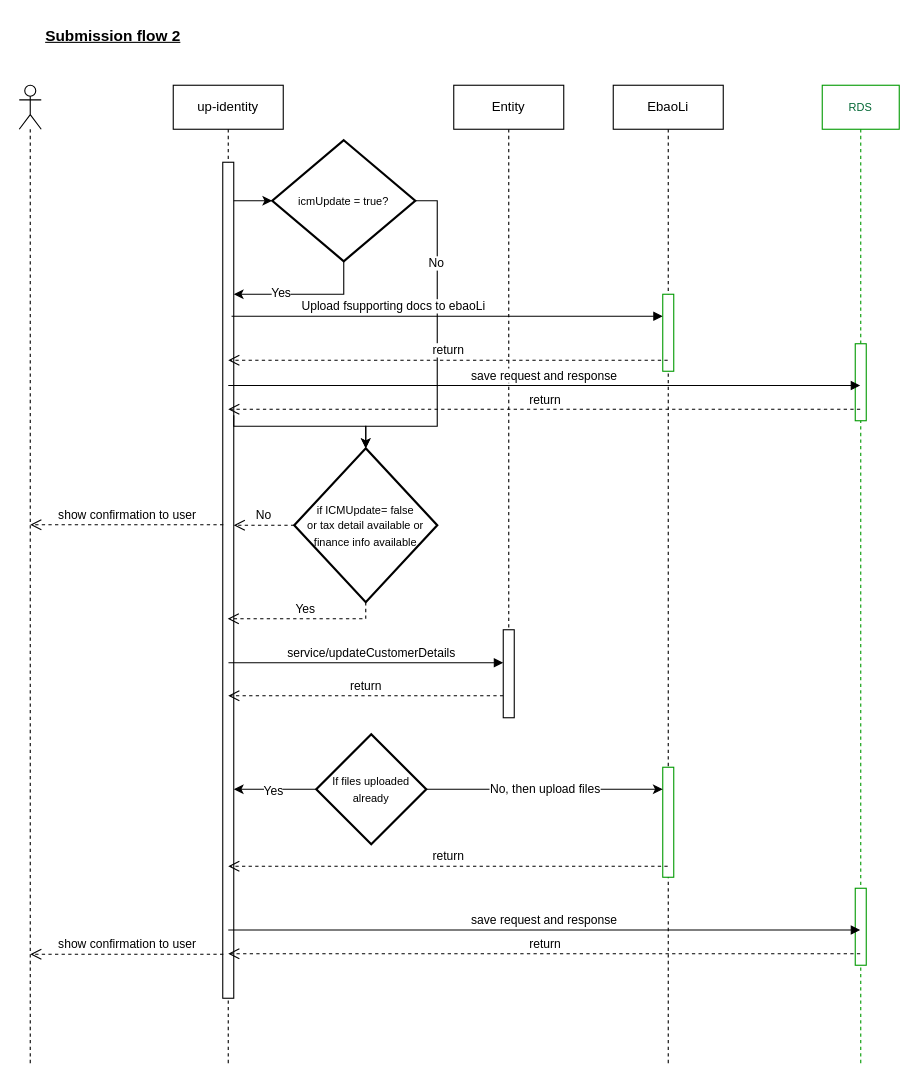
ajeeshraj56/drawio keeps this draw.io diagram as page "Submission flow 2" (3 of 3) of MyProfile.drawio. Above is the earlier version. Source tidied: cells renumbered, new cells numbered last; positions are measured from the earlier drawing's top-left corner, leaving out a move shared by most shapes. Both pictures are drawn from the tidied source at 110%, with x=0, y=0 at pixel (19, 19).
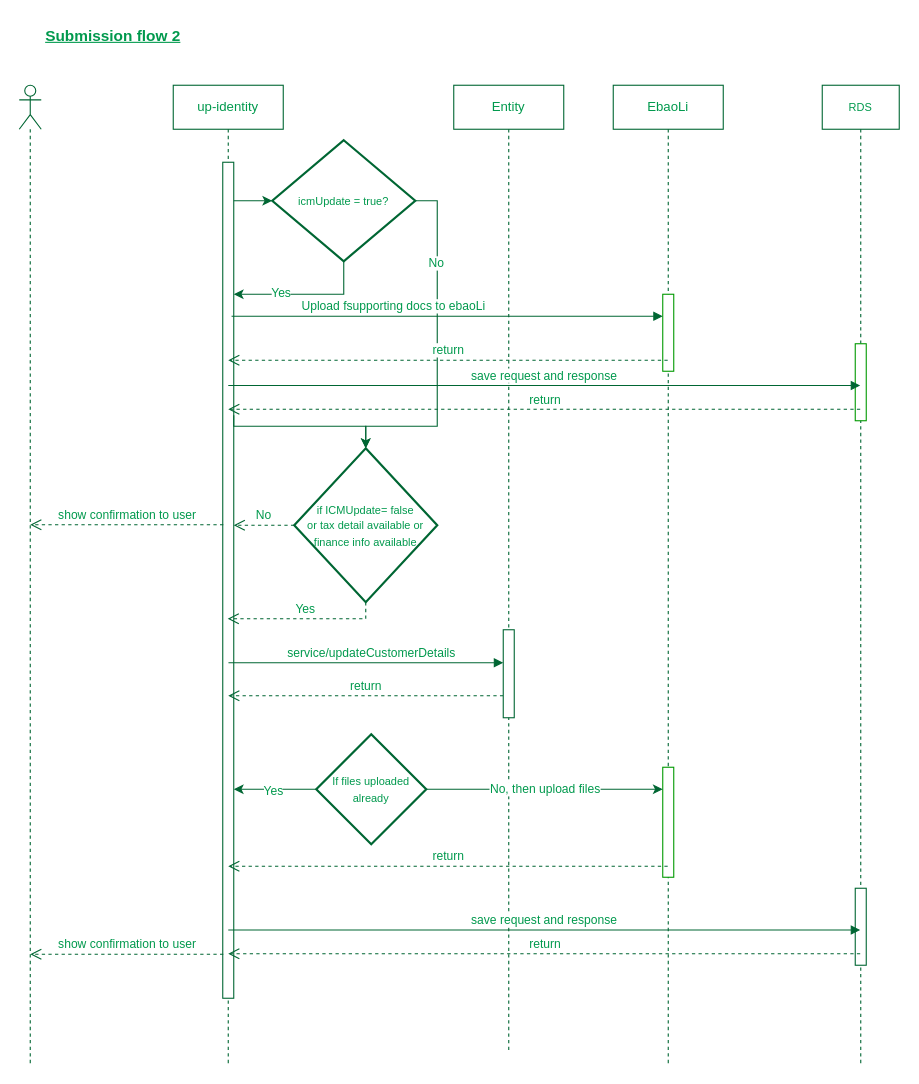
The same diagram, later.

What changed in the source:
```diff
@@
-    <mxCell id="2" style="shape=umlLifeline;perimeter=lifelinePerimeter;whiteSpace=wrap;html=1;newEdgeStyle={&quot;curved&quot;:0,&quot;rounded&quot;:0};participant=umlActor;" parent="1" vertex="1">
+    <mxCell id="2" style="shape=umlLifeline;perimeter=lifelinePerimeter;whiteSpace=wrap;html=1;newEdgeStyle={&quot;curved&quot;:0,&quot;rounded&quot;:0};participant=umlActor;strokeColor=#006633;fontColor=#00994D;" parent="1" vertex="1">
       <mxGeometry y="60" width="20" height="890" as="geometry" />
     </mxCell>
-    <mxCell id="3" value="up-identity" style="shape=umlLifeline;perimeter=lifelinePerimeter;whiteSpace=wrap;html=1;newEdgeStyle={&quot;curved&quot;:0,&quot;rounded&quot;:0};" parent="1" vertex="1">
+    <mxCell id="3" value="up-identity" style="shape=umlLifeline;perimeter=lifelinePerimeter;whiteSpace=wrap;html=1;newEdgeStyle={&quot;curved&quot;:0,&quot;rounded&quot;:0};strokeColor=#006633;fontColor=#00994D;" parent="1" vertex="1">
       <mxGeometry x="140" y="60" width="100" height="890" as="geometry" />
     </mxCell>
-    <mxCell id="4" style="html=1;points=[[0,0,0,0,5],[0,1,0,0,-5],[1,0,0,0,5],[1,1,0,0,-5]];perimeter=orthogonalPerimeter;outlineConnect=0;targetShapes=umlLifeline;portConstraint=eastwest;newEdgeStyle={&quot;curved&quot;:0,&quot;rounded&quot;:0};" parent="3" vertex="1">
+    <mxCell id="4" style="html=1;points=[[0,0,0,0,5],[0,1,0,0,-5],[1,0,0,0,5],[1,1,0,0,-5]];perimeter=orthogonalPerimeter;outlineConnect=0;targetShapes=umlLifeline;portConstraint=eastwest;newEdgeStyle={&quot;curved&quot;:0,&quot;rounded&quot;:0};fontColor=#00994D;strokeColor=#006633;" parent="3" vertex="1">
       <mxGeometry x="45" y="70" width="10" height="760" as="geometry" />
     </mxCell>
-    <mxCell id="5" value="&lt;b&gt;&lt;u&gt;&lt;font style=&quot;font-size: 14px;&quot;&gt;Submission flow 2&lt;/font&gt;&lt;/u&gt;&lt;/b&gt;" style="text;html=1;align=center;verticalAlign=middle;strokeColor=none;fillColor=none;" parent="1" vertex="1">
+    <mxCell id="5" value="&lt;b&gt;&lt;u&gt;&lt;font style=&quot;font-size: 14px;&quot;&gt;Submission flow 2&lt;/font&gt;&lt;/u&gt;&lt;/b&gt;" style="text;html=1;align=center;verticalAlign=middle;strokeColor=none;fillColor=none;fontColor=#00994D;" parent="1" vertex="1">
       <mxGeometry x="10" width="150" height="30" as="geometry" />
     </mxCell>
-    <mxCell id="6" value="Entity" style="shape=umlLifeline;perimeter=lifelinePerimeter;whiteSpace=wrap;html=1;newEdgeStyle={&quot;curved&quot;:0,&quot;rounded&quot;:0};" parent="1" vertex="1">
-      <mxGeometry x="395" y="60" width="100" height="540" as="geometry" />
+    <mxCell id="6" value="Entity" style="shape=umlLifeline;perimeter=lifelinePerimeter;whiteSpace=wrap;html=1;newEdgeStyle={&quot;curved&quot;:0,&quot;rounded&quot;:0};strokeColor=#006633;fontColor=#00994D;" parent="1" vertex="1">
+      <mxGeometry x="395" y="60" width="100" height="880" as="geometry" />
     </mxCell>
-    <mxCell id="7" value="&lt;font style=&quot;font-size: 10px;&quot;&gt;if ICMUpdate= false&lt;br&gt;or tax detail available or&lt;br&gt;&amp;nbsp;finance info available&amp;nbsp;&lt;br&gt;&lt;/font&gt;" style="strokeWidth=2;html=1;shape=mxgraph.flowchart.decision;whiteSpace=wrap;" parent="1" vertex="1">
+    <mxCell id="7" value="&lt;font style=&quot;font-size: 10px;&quot;&gt;if ICMUpdate= false&lt;br&gt;or tax detail available or&lt;br&gt;&amp;nbsp;finance info available&amp;nbsp;&lt;br&gt;&lt;/font&gt;" style="strokeWidth=2;html=1;shape=mxgraph.flowchart.decision;whiteSpace=wrap;strokeColor=#006633;fontColor=#00994D;" parent="1" vertex="1">
       <mxGeometry x="250" y="390" width="130" height="140" as="geometry" />
     </mxCell>
-    <mxCell id="8" value="No" style="html=1;verticalAlign=bottom;endArrow=open;dashed=1;endSize=8;curved=0;rounded=0;exitX=0;exitY=0.5;exitDx=0;exitDy=0;exitPerimeter=0;" parent="1" edge="1" source="7" target="4">
+    <mxCell id="8" value="No" style="html=1;verticalAlign=bottom;endArrow=open;dashed=1;endSize=8;curved=0;rounded=0;exitX=0;exitY=0.5;exitDx=0;exitDy=0;exitPerimeter=0;strokeColor=#006633;fontColor=#00994D;" parent="1" edge="1" source="7" target="4">
       <mxGeometry relative="1" as="geometry" />
     </mxCell>
-    <mxCell id="9" value="show confirmation to user" style="html=1;verticalAlign=bottom;endArrow=open;dashed=1;endSize=8;curved=0;rounded=0;" parent="1" edge="1">
+    <mxCell id="9" value="show confirmation to user" style="html=1;verticalAlign=bottom;endArrow=open;dashed=1;endSize=8;curved=0;rounded=0;strokeColor=#006633;fontColor=#00994D;" parent="1" edge="1">
       <mxGeometry relative="1" as="geometry">
         <mxPoint x="185.5" y="459.5" as="sourcePoint" />
         <mxPoint x="10" y="459.5" as="targetPoint" />
       </mxGeometry>
     </mxCell>
-    <mxCell id="10" style="edgeStyle=orthogonalEdgeStyle;rounded=0;orthogonalLoop=1;jettySize=auto;html=1;exitX=0.5;exitY=1;exitDx=0;exitDy=0;exitPerimeter=0;" parent="1" edge="1" source="7" target="7">
+    <mxCell id="10" style="edgeStyle=orthogonalEdgeStyle;rounded=0;orthogonalLoop=1;jettySize=auto;html=1;exitX=0.5;exitY=1;exitDx=0;exitDy=0;exitPerimeter=0;fontColor=#00994D;" parent="1" edge="1" source="7" target="7">
       <mxGeometry relative="1" as="geometry" />
     </mxCell>
-    <mxCell id="11" value="Yes" style="html=1;verticalAlign=bottom;endArrow=open;dashed=1;endSize=8;rounded=0;exitX=0.5;exitY=1;exitDx=0;exitDy=0;exitPerimeter=0;edgeStyle=orthogonalEdgeStyle;" parent="1" edge="1" source="7">
+    <mxCell id="11" value="Yes" style="html=1;verticalAlign=bottom;endArrow=open;dashed=1;endSize=8;rounded=0;exitX=0.5;exitY=1;exitDx=0;exitDy=0;exitPerimeter=0;edgeStyle=orthogonalEdgeStyle;strokeColor=#006633;fontColor=#00994D;" parent="1" edge="1" source="7">
       <mxGeometry relative="1" as="geometry">
         <mxPoint x="189.5" y="545" as="targetPoint" />
         <Array as="points">
           <mxPoint x="315" y="545" />
         </Array>
       </mxGeometry>
     </mxCell>
-    <mxCell id="12" value="service/updateCustomerDetails" style="html=1;verticalAlign=bottom;endArrow=block;curved=0;rounded=0;" parent="1" edge="1" source="15">
+    <mxCell id="12" value="service/updateCustomerDetails" style="html=1;verticalAlign=bottom;endArrow=block;curved=0;rounded=0;fontColor=#00994D;" parent="1" edge="1" source="15">
       <mxGeometry x="1" y="120" relative="1" as="geometry">
         <mxPoint x="439.8" y="585" as="targetPoint" />
         <mxPoint x="-120" y="-120" as="offset" />
       </mxGeometry>
     </mxCell>
-    <mxCell id="13" value="return" style="html=1;verticalAlign=bottom;endArrow=open;dashed=1;endSize=8;curved=0;rounded=0;" parent="1" edge="1" source="15">
+    <mxCell id="13" value="return" style="html=1;verticalAlign=bottom;endArrow=open;dashed=1;endSize=8;curved=0;rounded=0;strokeColor=#006633;fontColor=#00994D;" parent="1" edge="1" source="15">
       <mxGeometry relative="1" as="geometry">
         <mxPoint x="190" y="615" as="targetPoint" />
       </mxGeometry>
     </mxCell>
-    <mxCell id="14" style="html=1;verticalAlign=bottom;endArrow=block;curved=0;rounded=0;" parent="1" edge="1" target="15">
+    <mxCell id="14" style="html=1;verticalAlign=bottom;endArrow=block;curved=0;rounded=0;strokeColor=#006633;fontColor=#00994D;" parent="1" edge="1" target="15">
       <mxGeometry relative="1" as="geometry">
         <mxPoint x="190.2" y="585" as="sourcePoint" />
       </mxGeometry>
     </mxCell>
-    <mxCell id="15" style="html=1;points=[[0,0,0,0,5],[0,1,0,0,-5],[1,0,0,0,5],[1,1,0,0,-5]];perimeter=orthogonalPerimeter;outlineConnect=0;targetShapes=umlLifeline;portConstraint=eastwest;newEdgeStyle={&quot;curved&quot;:0,&quot;rounded&quot;:0};" parent="1" vertex="1">
+    <mxCell id="15" style="html=1;points=[[0,0,0,0,5],[0,1,0,0,-5],[1,0,0,0,5],[1,1,0,0,-5]];perimeter=orthogonalPerimeter;outlineConnect=0;targetShapes=umlLifeline;portConstraint=eastwest;newEdgeStyle={&quot;curved&quot;:0,&quot;rounded&quot;:0};strokeColor=#006633;fontColor=#00994D;" parent="1" vertex="1">
       <mxGeometry x="440" y="555" width="10" height="80" as="geometry" />
     </mxCell>
-    <mxCell id="16" value="&lt;font style=&quot;font-size: 10px;&quot;&gt;icmUpdate = true?&lt;br&gt;&lt;/font&gt;" style="strokeWidth=2;html=1;shape=mxgraph.flowchart.decision;whiteSpace=wrap;" parent="1" vertex="1">
+    <mxCell id="16" value="&lt;font style=&quot;font-size: 10px;&quot;&gt;icmUpdate = true?&lt;br&gt;&lt;/font&gt;" style="strokeWidth=2;html=1;shape=mxgraph.flowchart.decision;whiteSpace=wrap;strokeColor=#006633;fontColor=#00994D;" parent="1" vertex="1">
       <mxGeometry x="230" y="110" width="130" height="110" as="geometry" />
     </mxCell>
-    <mxCell id="17" style="rounded=0;jettySize=auto;html=1;entryX=0;entryY=0.5;entryDx=0;entryDy=0;entryPerimeter=0;" parent="1" edge="1" source="4" target="16">
+    <mxCell id="17" style="rounded=0;jettySize=auto;html=1;entryX=0;entryY=0.5;entryDx=0;entryDy=0;entryPerimeter=0;strokeColor=#006633;fontColor=#00994D;" parent="1" edge="1" source="4" target="16">
       <mxGeometry relative="1" as="geometry" />
     </mxCell>
-    <mxCell id="18" style="edgeStyle=orthogonalEdgeStyle;rounded=0;jettySize=auto;html=1;exitX=0.5;exitY=1;exitDx=0;exitDy=0;exitPerimeter=0;" parent="1" edge="1" source="16" target="4">
+    <mxCell id="18" style="edgeStyle=orthogonalEdgeStyle;rounded=0;jettySize=auto;html=1;exitX=0.5;exitY=1;exitDx=0;exitDy=0;exitPerimeter=0;strokeColor=#006633;fontColor=#00994D;" parent="1" edge="1" source="16" target="4">
       <mxGeometry relative="1" as="geometry">
         <Array as="points">
           <mxPoint x="295" y="250" />
         </Array>
       </mxGeometry>
     </mxCell>
-    <mxCell id="19" value="Yes" style="edgeLabel;html=1;align=center;verticalAlign=middle;" parent="18" vertex="1">
+    <mxCell id="19" value="Yes" style="edgeLabel;html=1;align=center;verticalAlign=middle;fontColor=#00994D;" parent="18" vertex="1">
       <mxGeometry x="0.36" y="-2" relative="1" as="geometry" />
     </mxCell>
-    <mxCell id="20" style="edgeStyle=orthogonalEdgeStyle;rounded=0;jettySize=auto;html=1;exitX=1;exitY=0.5;exitDx=0;exitDy=0;exitPerimeter=0;entryX=0.5;entryY=0;entryDx=0;entryDy=0;entryPerimeter=0;" parent="1" edge="1" source="16" target="7">
+    <mxCell id="20" style="edgeStyle=orthogonalEdgeStyle;rounded=0;jettySize=auto;html=1;exitX=1;exitY=0.5;exitDx=0;exitDy=0;exitPerimeter=0;entryX=0.5;entryY=0;entryDx=0;entryDy=0;entryPerimeter=0;strokeColor=#006633;fontColor=#00994D;" parent="1" edge="1" source="16" target="7">
       <mxGeometry relative="1" as="geometry">
         <Array as="points">
           <mxPoint x="380" y="165" />
           <mxPoint x="380" y="370" />
           <mxPoint x="315" y="370" />
         </Array>
       </mxGeometry>
     </mxCell>
-    <mxCell id="21" value="No" style="edgeLabel;html=1;align=center;verticalAlign=middle;" parent="20" vertex="1">
+    <mxCell id="21" value="No" style="edgeLabel;html=1;align=center;verticalAlign=middle;fontColor=#00994D;" parent="20" vertex="1">
       <mxGeometry x="-0.51" y="-2" relative="1" as="geometry" />
     </mxCell>
-    <mxCell id="22" style="edgeStyle=orthogonalEdgeStyle;rounded=0;jettySize=auto;html=1;curved=0;exitX=1;exitY=0;exitDx=0;exitDy=5;exitPerimeter=0;entryX=0.5;entryY=0;entryDx=0;entryDy=0;entryPerimeter=0;" parent="1" edge="1" target="7">
+    <mxCell id="22" style="edgeStyle=orthogonalEdgeStyle;rounded=0;jettySize=auto;html=1;curved=0;exitX=1;exitY=0;exitDx=0;exitDy=5;exitPerimeter=0;entryX=0.5;entryY=0;entryDx=0;entryDy=0;entryPerimeter=0;strokeColor=#006633;fontColor=#00994D;" parent="1" edge="1" target="7">
       <mxGeometry relative="1" as="geometry">
         <mxPoint x="195" y="360" as="sourcePoint" />
         <Array as="points">
           <mxPoint x="195" y="370" />
           <mxPoint x="315" y="370" />
         </Array>
       </mxGeometry>
     </mxCell>
-    <mxCell id="23" value="Upload fsupporting docs to ebaoLi" style="html=1;verticalAlign=bottom;endArrow=block;curved=0;rounded=0;" parent="1" edge="1">
+    <mxCell id="23" value="Upload fsupporting docs to ebaoLi" style="html=1;verticalAlign=bottom;endArrow=block;curved=0;rounded=0;strokeColor=#006633;fontColor=#00994D;" parent="1" edge="1">
       <mxGeometry x="-0.25" relative="1" as="geometry">
         <mxPoint x="193" y="270" as="sourcePoint" />
         <mxPoint x="585" y="270" as="targetPoint" />
       </mxGeometry>
     </mxCell>
-    <mxCell id="24" value="EbaoLi" style="shape=umlLifeline;perimeter=lifelinePerimeter;whiteSpace=wrap;html=1;outlineConnect=0;portConstraint=eastwest;newEdgeStyle={&quot;curved&quot;:0,&quot;rounded&quot;:0};" parent="1" vertex="1">
+    <mxCell id="24" value="EbaoLi" style="shape=umlLifeline;perimeter=lifelinePerimeter;whiteSpace=wrap;html=1;outlineConnect=0;portConstraint=eastwest;newEdgeStyle={&quot;curved&quot;:0,&quot;rounded&quot;:0};strokeColor=#006633;fontColor=#00994D;" parent="1" vertex="1">
       <mxGeometry x="540" y="60" width="100" height="890" as="geometry" />
     </mxCell>
-    <mxCell id="25" style="html=1;perimeter=orthogonalPerimeter;targetShapes=umlLifeline;newEdgeStyle={&quot;curved&quot;:0,&quot;rounded&quot;:0};fontSize=10;strokeColor=#009900;fontColor=#006633;labelBorderColor=none;" parent="24" vertex="1">
+    <mxCell id="25" style="html=1;perimeter=orthogonalPerimeter;targetShapes=umlLifeline;newEdgeStyle={&quot;curved&quot;:0,&quot;rounded&quot;:0};fontSize=10;strokeColor=#009900;fontColor=#00994D;labelBorderColor=none;" parent="24" vertex="1">
       <mxGeometry x="45" y="190" width="10" height="70" as="geometry" />
     </mxCell>
-    <mxCell id="26" style="html=1;points=[[0,0,0,0,5],[0,1,0,0,-5],[1,0,0,0,5],[1,1,0,0,-5]];perimeter=orthogonalPerimeter;outlineConnect=0;targetShapes=umlLifeline;portConstraint=eastwest;newEdgeStyle={&quot;curved&quot;:0,&quot;rounded&quot;:0};fontSize=10;strokeColor=#009900;fontColor=#006633;labelBorderColor=none;" parent="24" vertex="1">
+    <mxCell id="26" style="html=1;points=[[0,0,0,0,5],[0,1,0,0,-5],[1,0,0,0,5],[1,1,0,0,-5]];perimeter=orthogonalPerimeter;outlineConnect=0;targetShapes=umlLifeline;portConstraint=eastwest;newEdgeStyle={&quot;curved&quot;:0,&quot;rounded&quot;:0};fontSize=10;strokeColor=#009900;fontColor=#00994D;labelBorderColor=none;" parent="24" vertex="1">
       <mxGeometry x="45" y="620" width="10" height="100" as="geometry" />
     </mxCell>
-    <mxCell id="27" value="return" style="html=1;verticalAlign=bottom;endArrow=open;dashed=1;endSize=8;curved=0;rounded=0;" parent="1" edge="1" source="24">
+    <mxCell id="27" value="return" style="html=1;verticalAlign=bottom;endArrow=open;dashed=1;endSize=8;curved=0;rounded=0;strokeColor=#006633;fontColor=#00994D;" parent="1" edge="1" source="24">
       <mxGeometry relative="1" as="geometry">
         <mxPoint x="190" y="310" as="targetPoint" />
       </mxGeometry>
     </mxCell>
-    <mxCell id="28" value="RDS" style="shape=umlLifeline;perimeter=lifelinePerimeter;whiteSpace=wrap;html=1;newEdgeStyle={&quot;curved&quot;:0,&quot;rounded&quot;:0};fontSize=10;strokeColor=#009900;fontColor=#006633;labelBorderColor=none;" parent="1" vertex="1">
+    <mxCell id="28" value="RDS" style="shape=umlLifeline;perimeter=lifelinePerimeter;whiteSpace=wrap;html=1;newEdgeStyle={&quot;curved&quot;:0,&quot;rounded&quot;:0};fontSize=10;strokeColor=#006633;fontColor=#00994D;labelBorderColor=none;" parent="1" vertex="1">
       <mxGeometry x="730" y="60" width="70" height="890" as="geometry" />
     </mxCell>
-    <mxCell id="29" style="html=1;perimeter=orthogonalPerimeter;targetShapes=umlLifeline;newEdgeStyle={&quot;curved&quot;:0,&quot;rounded&quot;:0};fontSize=10;strokeColor=#009900;fontColor=#006633;labelBorderColor=none;" parent="28" vertex="1">
+    <mxCell id="29" style="html=1;perimeter=orthogonalPerimeter;targetShapes=umlLifeline;newEdgeStyle={&quot;curved&quot;:0,&quot;rounded&quot;:0};fontSize=10;strokeColor=#009900;fontColor=#00994D;labelBorderColor=none;" parent="28" vertex="1">
       <mxGeometry x="30" y="235" width="10" height="70" as="geometry" />
     </mxCell>
-    <mxCell id="30" value="save request and response" style="html=1;verticalAlign=bottom;endArrow=block;curved=0;rounded=0;" parent="1" edge="1">
+    <mxCell id="30" value="save request and response" style="html=1;verticalAlign=bottom;endArrow=block;curved=0;rounded=0;strokeColor=#006633;fontColor=#00994D;" parent="1" edge="1">
       <mxGeometry relative="1" as="geometry">
         <mxPoint x="190" y="333" as="sourcePoint" />
         <mxPoint x="764.5" y="333" as="targetPoint" />
       </mxGeometry>
     </mxCell>
-    <mxCell id="31" value="return" style="html=1;verticalAlign=bottom;endArrow=open;dashed=1;endSize=8;curved=0;rounded=0;" parent="1" edge="1">
+    <mxCell id="31" value="return" style="html=1;verticalAlign=bottom;endArrow=open;dashed=1;endSize=8;curved=0;rounded=0;strokeColor=#006633;fontColor=#00994D;" parent="1" edge="1">
       <mxGeometry relative="1" as="geometry">
         <mxPoint x="764.5" y="354.5" as="sourcePoint" />
         <mxPoint x="190" y="354.5" as="targetPoint" />
       </mxGeometry>
     </mxCell>
-    <mxCell id="32" style="edgeStyle=orthogonalEdgeStyle;rounded=0;jettySize=auto;html=1;exitX=0;exitY=0.5;exitDx=0;exitDy=0;exitPerimeter=0;" parent="1" edge="1" source="35" target="4">
+    <mxCell id="32" style="edgeStyle=orthogonalEdgeStyle;rounded=0;jettySize=auto;html=1;exitX=0;exitY=0.5;exitDx=0;exitDy=0;exitPerimeter=0;strokeColor=#006633;fontColor=#00994D;" parent="1" edge="1" source="35" target="4">
       <mxGeometry relative="1" as="geometry">
         <Array as="points">
           <mxPoint x="220" y="700" />
           <mxPoint x="220" y="700" />
         </Array>
       </mxGeometry>
     </mxCell>
-    <mxCell id="33" value="Yes" style="edgeLabel;html=1;align=center;verticalAlign=middle;" parent="32" vertex="1">
+    <mxCell id="33" value="Yes" style="edgeLabel;html=1;align=center;verticalAlign=middle;fontColor=#00994D;" parent="32" vertex="1">
       <mxGeometry x="0.07" y="1" relative="1" as="geometry" />
     </mxCell>
-    <mxCell id="34" value="No, then upload files" style="edgeStyle=orthogonalEdgeStyle;rounded=0;jettySize=auto;html=1;exitX=1;exitY=0.5;exitDx=0;exitDy=0;exitPerimeter=0;" parent="1" edge="1" source="35" target="26">
+    <mxCell id="34" value="No, then upload files" style="edgeStyle=orthogonalEdgeStyle;rounded=0;jettySize=auto;html=1;exitX=1;exitY=0.5;exitDx=0;exitDy=0;exitPerimeter=0;strokeColor=#006633;fontColor=#00994D;" parent="1" edge="1" source="35" target="26">
       <mxGeometry relative="1" as="geometry">
         <Array as="points">
           <mxPoint x="540" y="700" />
           <mxPoint x="540" y="700" />
         </Array>
       </mxGeometry>
     </mxCell>
-    <mxCell id="35" value="&lt;font style=&quot;font-size: 10px;&quot;&gt;If files uploaded&lt;br&gt;already&lt;/font&gt;" style="strokeWidth=2;html=1;shape=mxgraph.flowchart.decision;whiteSpace=wrap;" parent="1" vertex="1">
+    <mxCell id="35" value="&lt;font style=&quot;font-size: 10px;&quot;&gt;If files uploaded&lt;br&gt;already&lt;/font&gt;" style="strokeWidth=2;html=1;shape=mxgraph.flowchart.decision;whiteSpace=wrap;strokeColor=#006633;fontColor=#00994D;" parent="1" vertex="1">
       <mxGeometry x="270" y="650" width="100" height="100" as="geometry" />
     </mxCell>
-    <mxCell id="36" value="show confirmation to user" style="html=1;verticalAlign=bottom;endArrow=open;dashed=1;endSize=8;curved=0;rounded=0;" parent="1" edge="1">
+    <mxCell id="36" value="show confirmation to user" style="html=1;verticalAlign=bottom;endArrow=open;dashed=1;endSize=8;curved=0;rounded=0;strokeColor=#006633;fontColor=#00994D;" parent="1" edge="1">
       <mxGeometry relative="1" as="geometry">
         <mxPoint x="185.5" y="850" as="sourcePoint" />
         <mxPoint x="10" y="850" as="targetPoint" />
       </mxGeometry>
     </mxCell>
-    <mxCell id="37" value="return" style="html=1;verticalAlign=bottom;endArrow=open;dashed=1;endSize=8;curved=0;rounded=0;" parent="1" edge="1" source="24">
+    <mxCell id="37" value="return" style="html=1;verticalAlign=bottom;endArrow=open;dashed=1;endSize=8;curved=0;rounded=0;strokeColor=#006633;fontColor=#00994D;" parent="1" edge="1" source="24">
       <mxGeometry relative="1" as="geometry">
         <mxPoint x="190" y="770" as="targetPoint" />
       </mxGeometry>
     </mxCell>
-    <mxCell id="38" style="html=1;perimeter=orthogonalPerimeter;targetShapes=umlLifeline;newEdgeStyle={&quot;curved&quot;:0,&quot;rounded&quot;:0};fontSize=10;strokeColor=#009900;fontColor=#006633;labelBorderColor=none;" parent="1" vertex="1">
+    <mxCell id="38" style="html=1;perimeter=orthogonalPerimeter;targetShapes=umlLifeline;newEdgeStyle={&quot;curved&quot;:0,&quot;rounded&quot;:0};fontSize=10;strokeColor=#006633;fontColor=#00994D;labelBorderColor=none;" parent="1" vertex="1">
       <mxGeometry x="760" y="790" width="10" height="70" as="geometry" />
     </mxCell>
-    <mxCell id="39" value="save request and response" style="html=1;verticalAlign=bottom;endArrow=block;curved=0;rounded=0;" parent="1" edge="1">
+    <mxCell id="39" value="save request and response" style="html=1;verticalAlign=bottom;endArrow=block;curved=0;rounded=0;strokeColor=#006633;fontColor=#00994D;" parent="1" edge="1">
       <mxGeometry relative="1" as="geometry">
         <mxPoint x="190" y="828" as="sourcePoint" />
         <mxPoint x="764.5" y="828" as="targetPoint" />
       </mxGeometry>
     </mxCell>
-    <mxCell id="40" value="return" style="html=1;verticalAlign=bottom;endArrow=open;dashed=1;endSize=8;curved=0;rounded=0;" parent="1" edge="1">
+    <mxCell id="40" value="return" style="html=1;verticalAlign=bottom;endArrow=open;dashed=1;endSize=8;curved=0;rounded=0;strokeColor=#006633;fontColor=#00994D;" parent="1" edge="1">
       <mxGeometry relative="1" as="geometry">
         <mxPoint x="764.5" y="849.5" as="sourcePoint" />
         <mxPoint x="190" y="849.5" as="targetPoint" />
       </mxGeometry>
     </mxCell>
```
